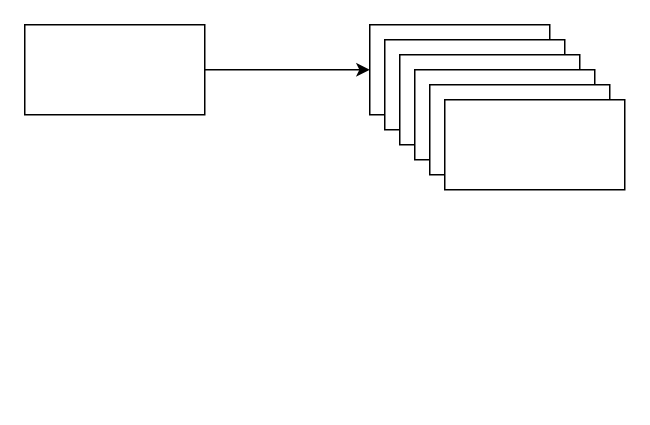
Cipuzp/Notes keeps this draw.io diagram as 未命名绘图.drawio. Above is the earlier version. Source tidied: cells renumbered, new cells numbered last; positions are measured from the earlier drawing's top-left corner, leaving out a move shared by most shapes. Both pictures are drawn from the tidied source at 150%, with x=0, y=0 at pixel (24, 24).
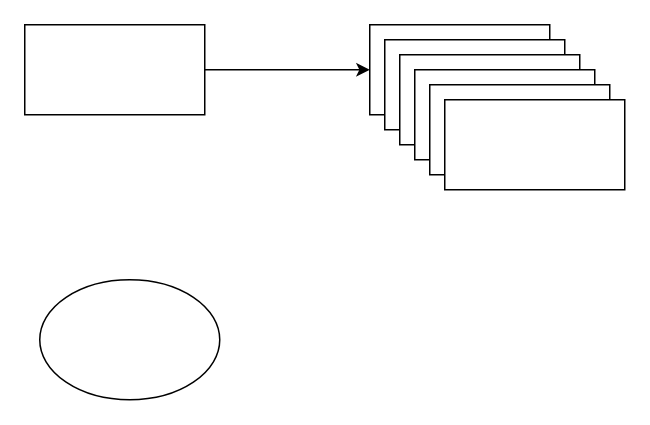
The same diagram, later.

Change to the diagram source:
```diff
@@
 <mxGraphModel>
   <root>
     <mxCell id="0" />
     <mxCell id="1" parent="0" />
     <mxCell id="2" style="edgeStyle=orthogonalEdgeStyle;rounded=0;jettySize=auto;html=1;exitX=1;exitY=0.5;exitDx=0;exitDy=0;entryX=0;entryY=0.5;entryDx=0;entryDy=0;" parent="1" edge="1" source="3">
       <mxGeometry relative="1" as="geometry">
         <mxPoint x="230" y="30" as="targetPoint" />
       </mxGeometry>
     </mxCell>
     <mxCell id="3" style="rounded=0;whiteSpace=wrap;html=1;" parent="1" vertex="1">
       <mxGeometry width="120" height="60" as="geometry" />
     </mxCell>
     <mxCell id="4" style="rounded=0;whiteSpace=wrap;html=1;" parent="1" vertex="1">
       <mxGeometry x="230" width="120" height="60" as="geometry" />
     </mxCell>
     <mxCell id="5" style="rounded=0;whiteSpace=wrap;html=1;" parent="1" vertex="1">
       <mxGeometry x="240" y="10" width="120" height="60" as="geometry" />
     </mxCell>
     <mxCell id="6" style="rounded=0;whiteSpace=wrap;html=1;" parent="1" vertex="1">
       <mxGeometry x="250" y="20" width="120" height="60" as="geometry" />
     </mxCell>
     <mxCell id="7" style="rounded=0;whiteSpace=wrap;html=1;" parent="1" vertex="1">
       <mxGeometry x="260" y="30" width="120" height="60" as="geometry" />
     </mxCell>
     <mxCell id="8" style="rounded=0;whiteSpace=wrap;html=1;" parent="1" vertex="1">
       <mxGeometry x="270" y="40" width="120" height="60" as="geometry" />
     </mxCell>
     <mxCell id="9" style="rounded=0;whiteSpace=wrap;html=1;" parent="1" vertex="1">
       <mxGeometry x="280" y="50" width="120" height="60" as="geometry" />
     </mxCell>
+    <mxCell id="10" style="ellipse;whiteSpace=wrap;html=1;" parent="1" vertex="1">
+      <mxGeometry x="10" y="170" width="120" height="80" as="geometry" />
+    </mxCell>
   </root>
 </mxGraphModel>
```
